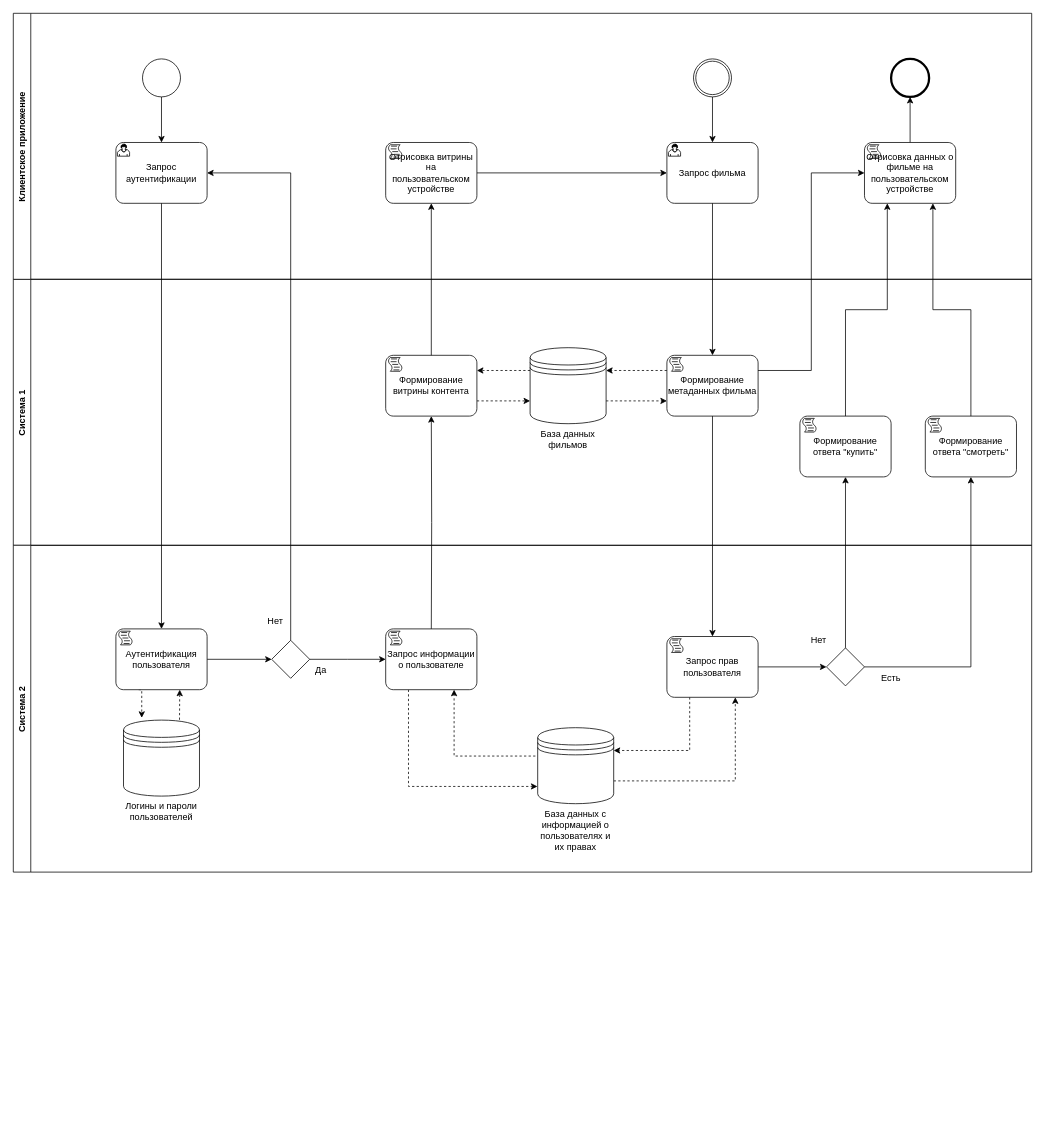
Above: bpmn1.drawio in AleksTikhonov/ANSYS_Workbench (draw.io), before the change. Source tidied: cells renumbered, new cells numbered last; positions are measured from the earlier drawing's top-left corner, leaving out a move shared by most shapes. Both pictures are drawn from the tidied source at 76%, with x=0, y=0 at pixel (13, 13).
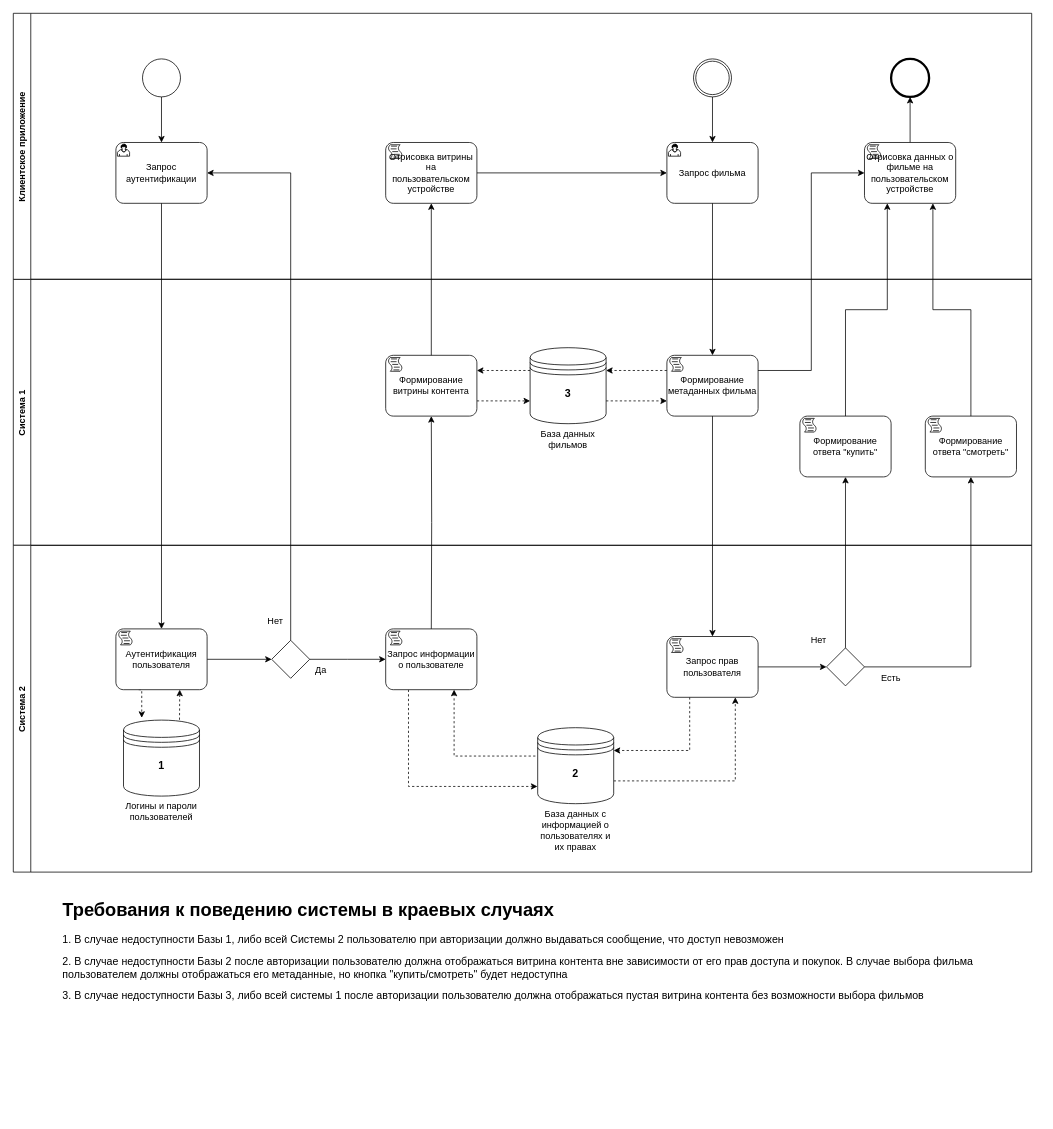
The same page after the edit.

Unchanged cells that the change refers to:
```xml
<mxCell id="12" value="Система 2" style="swimlane;horizontal=0;" parent="1" vertex="1">
  <mxGeometry y="700" width="1340" height="430" as="geometry" />
</mxCell>
```

Diff of the diagram source:
```diff
@@
+    <mxCell id="56" value="&lt;font style=&quot;font-size: 14px&quot;&gt;&lt;b&gt;1&lt;/b&gt;&lt;/font&gt;" style="text;html=1;strokeColor=none;fillColor=none;align=center;verticalAlign=middle;whiteSpace=wrap;rounded=0;" parent="12" vertex="1">
+      <mxGeometry x="175" y="280" width="40" height="20" as="geometry" />
+    </mxCell>
+    <mxCell id="57" value="&lt;font style=&quot;font-size: 14px&quot;&gt;&lt;b&gt;2&lt;/b&gt;&lt;/font&gt;" style="text;html=1;strokeColor=none;fillColor=none;align=center;verticalAlign=middle;whiteSpace=wrap;rounded=0;" parent="12" vertex="1">
+      <mxGeometry x="720" y="290" width="40" height="20" as="geometry" />
+    </mxCell>
@@
+    <mxCell id="58" value="&lt;h1&gt;Требования к поведению системы в краевых случаях&lt;/h1&gt;&lt;p&gt;&lt;font style=&quot;font-size: 14px&quot;&gt;1. В случае недоступности Базы 1, либо всей Системы 2 пользователю при авторизации должно выдаваться сообщение, что доступ невозможен&lt;/font&gt;&lt;/p&gt;&lt;p&gt;&lt;span style=&quot;font-size: 14px&quot;&gt;2. В случае недоступности Базы 2 после авторизации пользователю должна отображаться витрина контента вне зависимости от его прав доступа и покупок. В случае выбора фильма пользователем должны отображаться его метаданные, но кнопка &quot;купить/смотреть&quot; будет недоступна&lt;/span&gt;&lt;/p&gt;&lt;p&gt;&lt;span style=&quot;font-size: 14px&quot;&gt;3. В случае недоступности Базы 3, либо всей системы 1 после авторизации пользователю должна отображаться пустая витрина контента без возможности выбора фильмов&lt;/span&gt;&lt;/p&gt;&lt;span style=&quot;font-size: 14px&quot;&gt;&lt;br&gt;&lt;/span&gt;" style="text;html=1;strokeColor=none;fillColor=none;spacing=5;spacingTop=-20;whiteSpace=wrap;overflow=hidden;rounded=0;" parent="1" vertex="1">
+      <mxGeometry x="60" y="1160" width="1290" height="290" as="geometry" />
+    </mxCell>
+    <mxCell id="59" value="&lt;font style=&quot;font-size: 14px&quot;&gt;&lt;b&gt;3&lt;/b&gt;&lt;/font&gt;" style="text;html=1;strokeColor=none;fillColor=none;align=center;verticalAlign=middle;whiteSpace=wrap;rounded=0;" parent="1" vertex="1">
+      <mxGeometry x="710" y="490" width="40" height="20" as="geometry" />
+    </mxCell>
```
